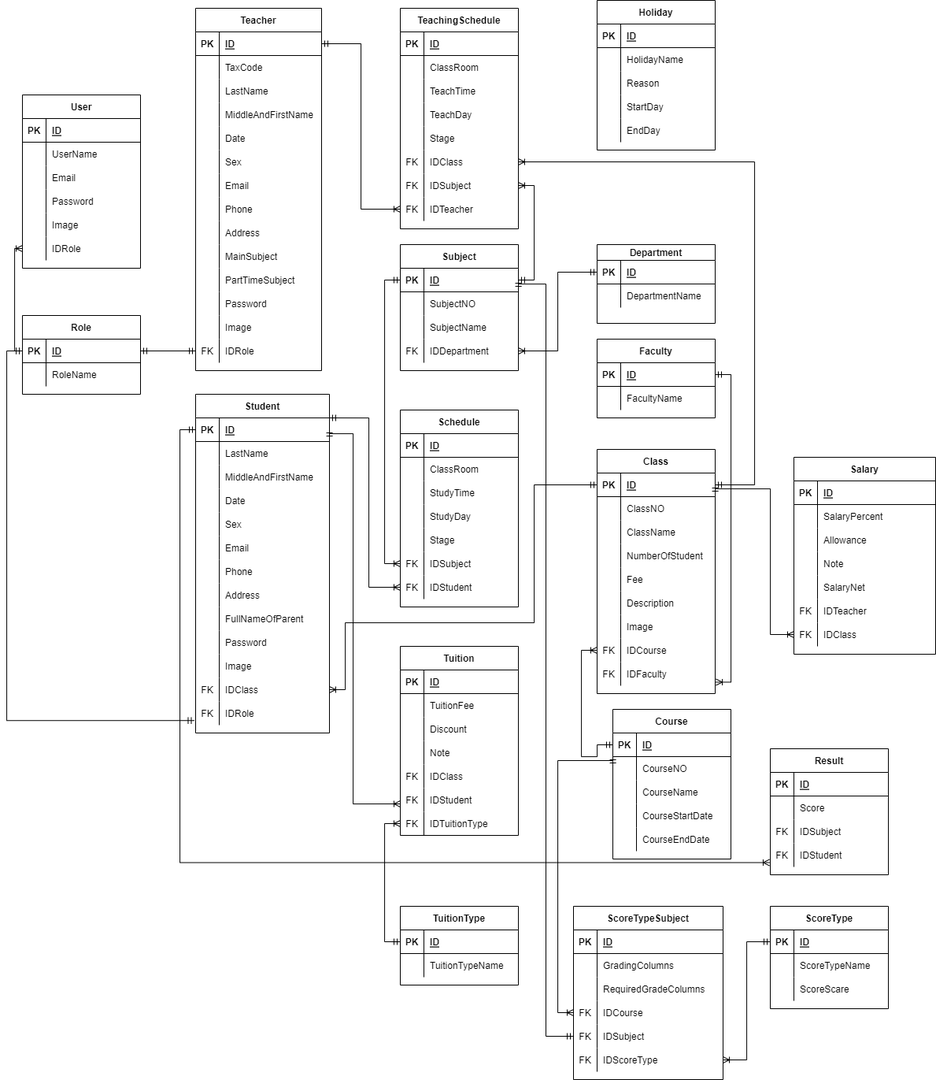
Earlier version of the draw.io export CourseSignupSystem.drawio.png (taogiakhanh147/TaoGiaKhanh_CourseSignupSystem). Source tidied: cells renumbered, new cells last; positions are measured from the earlier drawing's top-left corner, leaving out a move shared by most shapes.
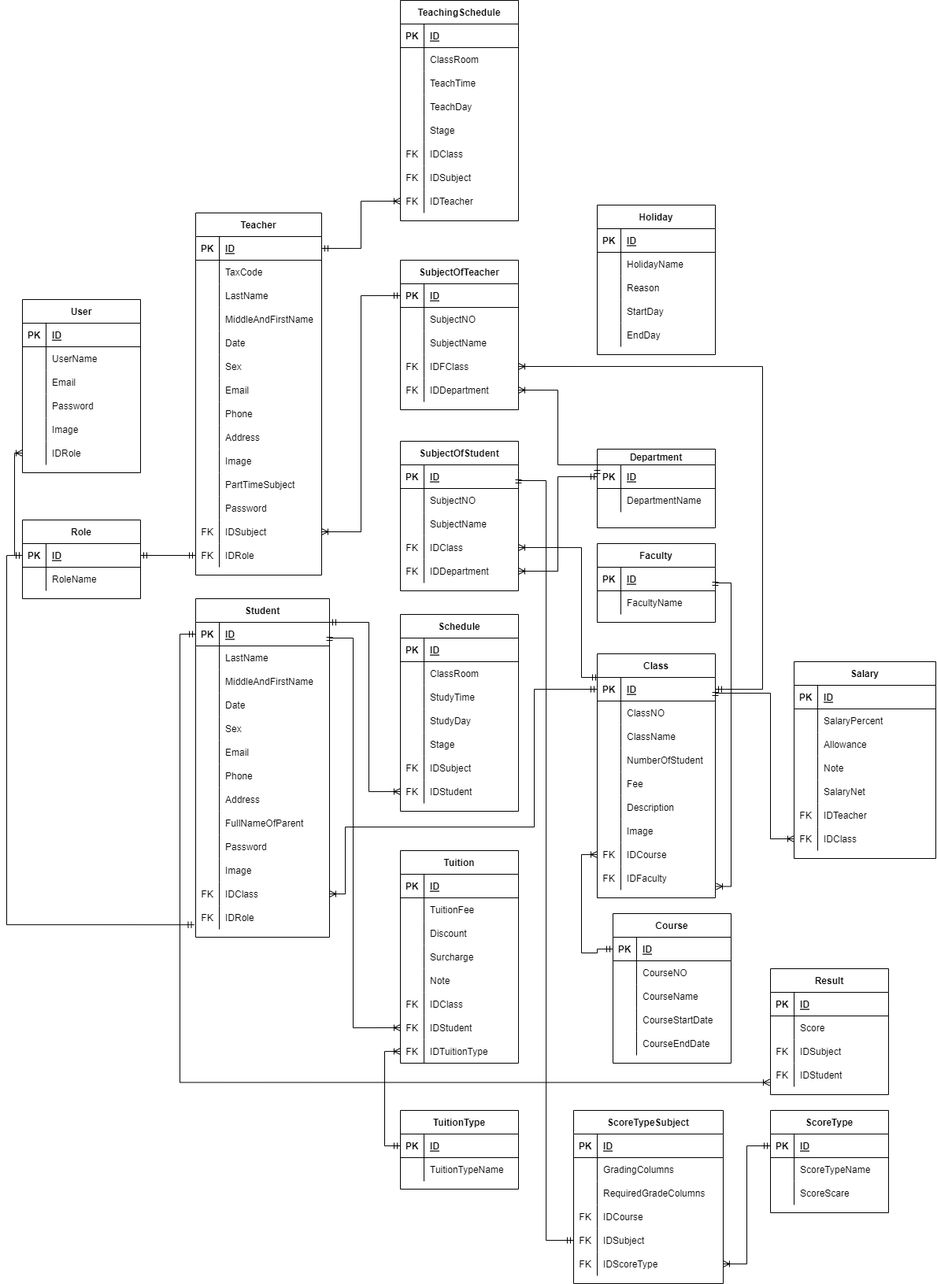
Above is the later version.

Diff of the diagram source:
```diff
@@ -146,3 +146,3 @@
     <mxCell id="49" value="Tuition" style="shape=table;startSize=30;rowLines=0;fontStyle=1;align=center;" parent="1" vertex="1">
-      <mxGeometry x="490" y="820" width="150" height="240" as="geometry" />
+      <mxGeometry x="490" y="820" width="150" height="270" as="geometry" />
     </mxCell>
@@ -175,4 +175,13 @@
     </mxCell>
+    <mxCell id="357" style="shape=partialRectangle;fillColor=none;top=0;left=0;right=0;bottom=0;" parent="49" vertex="1">
+      <mxGeometry y="120" width="150" height="30" as="geometry" />
+    </mxCell>
+    <mxCell id="358" style="shape=partialRectangle;overflow=hidden;fillColor=none;top=0;left=0;bottom=0;right=0;" parent="357" vertex="1">
+      <mxGeometry width="30" height="30" as="geometry" />
+    </mxCell>
+    <mxCell id="359" value="Surcharge" style="shape=partialRectangle;overflow=hidden;fillColor=none;top=0;left=0;bottom=0;right=0;align=left;spacingLeft=6;" parent="357" vertex="1">
+      <mxGeometry x="30" width="120" height="30" as="geometry" />
+    </mxCell>
     <mxCell id="59" style="shape=partialRectangle;fillColor=none;top=0;left=0;right=0;bottom=0;" parent="49" vertex="1">
-      <mxGeometry y="120" width="150" height="30" as="geometry" />
+      <mxGeometry y="150" width="150" height="30" as="geometry" />
     </mxCell>
@@ -185,3 +194,3 @@
     <mxCell id="62" style="shape=partialRectangle;fillColor=none;top=0;left=0;right=0;bottom=0;" parent="49" vertex="1">
-      <mxGeometry y="150" width="150" height="30" as="geometry" />
+      <mxGeometry y="180" width="150" height="30" as="geometry" />
     </mxCell>
@@ -194,3 +203,3 @@
     <mxCell id="65" style="shape=partialRectangle;fillColor=none;points=[[0,0.5],[1,0.5]];portConstraint=eastwest;top=0;left=0;right=0;bottom=0;" parent="49" vertex="1">
-      <mxGeometry y="180" width="150" height="30" as="geometry" />
+      <mxGeometry y="210" width="150" height="30" as="geometry" />
     </mxCell>
@@ -203,3 +212,3 @@
     <mxCell id="68" style="shape=partialRectangle;fillColor=none;points=[[0,0.5],[1,0.5]];portConstraint=eastwest;top=0;left=0;right=0;bottom=0;" parent="49" vertex="1">
-      <mxGeometry y="210" width="150" height="30" as="geometry" />
+      <mxGeometry y="240" width="150" height="30" as="geometry" />
     </mxCell>
@@ -211,5 +220,4 @@
     </mxCell>
-    <mxCell id="71" style="edgeStyle=orthogonalEdgeStyle;rounded=0;jettySize=auto;html=1;exitX=1;exitY=0.5;exitDx=0;exitDy=0;startArrow=ERmandOne;startFill=0;endArrow=ERoneToMany;endFill=0;" parent="1" edge="1" source="10">
+    <mxCell id="71" style="edgeStyle=orthogonalEdgeStyle;rounded=0;jettySize=auto;html=1;exitX=1;exitY=0.5;exitDx=0;exitDy=0;startArrow=ERmandOne;startFill=0;endArrow=ERoneToMany;endFill=0;entryX=0;entryY=0.5;entryDx=0;entryDy=0;" parent="1" edge="1" source="10" target="65">
       <mxGeometry relative="1" as="geometry">
-        <mxPoint x="490" y="1020" as="targetPoint" />
         <Array as="points">
@@ -217,3 +225,3 @@
           <mxPoint x="430" y="550" />
-          <mxPoint x="430" y="1020" />
+          <mxPoint x="430" y="1045" />
         </Array>
@@ -311,3 +319,3 @@
     </mxCell>
-    <mxCell id="102" value="MainSubject" style="shape=partialRectangle;overflow=hidden;fillColor=none;top=0;left=0;bottom=0;right=0;align=left;spacingLeft=6;" parent="100" vertex="1">
+    <mxCell id="102" value="Image" style="shape=partialRectangle;overflow=hidden;fillColor=none;top=0;left=0;bottom=0;right=0;align=left;spacingLeft=6;" parent="100" vertex="1">
       <mxGeometry x="30" width="130" height="30" as="geometry" />
@@ -335,6 +343,6 @@
     </mxCell>
-    <mxCell id="110" style="shape=partialRectangle;overflow=hidden;fillColor=none;top=0;left=0;bottom=0;right=0;" parent="109" vertex="1">
+    <mxCell id="110" value="FK" style="shape=partialRectangle;overflow=hidden;fillColor=none;top=0;left=0;bottom=0;right=0;" parent="109" vertex="1">
       <mxGeometry width="30" height="30" as="geometry" />
     </mxCell>
-    <mxCell id="111" value="Image" style="shape=partialRectangle;overflow=hidden;fillColor=none;top=0;left=0;bottom=0;right=0;align=left;spacingLeft=6;" parent="109" vertex="1">
+    <mxCell id="111" value="IDSubject" style="shape=partialRectangle;overflow=hidden;fillColor=none;top=0;left=0;bottom=0;right=0;align=left;spacingLeft=6;" parent="109" vertex="1">
       <mxGeometry x="30" width="130" height="30" as="geometry" />
@@ -351,3 +359,3 @@
     <mxCell id="115" value="TeachingSchedule" style="shape=table;startSize=30;rowLines=0;fontStyle=1;align=center;" parent="1" vertex="1">
-      <mxGeometry x="490" y="10" width="150" height="280" as="geometry" />
+      <mxGeometry x="490" y="-260" width="150" height="280" as="geometry" />
     </mxCell>
@@ -579,4 +587,4 @@
     </mxCell>
-    <mxCell id="189" value="Subject" style="shape=table;startSize=30;rowLines=0;fontStyle=1;align=center;" parent="1" vertex="1">
-      <mxGeometry x="490" y="310" width="150" height="160" as="geometry" />
+    <mxCell id="189" value="SubjectOfStudent" style="shape=table;startSize=30;rowLines=0;fontStyle=1;align=center;" parent="1" vertex="1">
+      <mxGeometry x="490" y="300" width="150" height="190" as="geometry" />
     </mxCell>
@@ -600,9 +608,18 @@
     </mxCell>
+    <mxCell id="360" style="shape=partialRectangle;fillColor=none;top=0;left=0;right=0;bottom=0;" parent="189" vertex="1">
+      <mxGeometry y="90" width="150" height="30" as="geometry" />
+    </mxCell>
+    <mxCell id="361" style="shape=partialRectangle;overflow=hidden;fillColor=none;top=0;left=0;bottom=0;right=0;" parent="360" vertex="1">
+      <mxGeometry width="30" height="30" as="geometry" />
+    </mxCell>
+    <mxCell id="362" value="SubjectName" style="shape=partialRectangle;overflow=hidden;fillColor=none;top=0;left=0;bottom=0;right=0;align=left;spacingLeft=6;" parent="360" vertex="1">
+      <mxGeometry x="30" width="120" height="30" as="geometry" />
+    </mxCell>
     <mxCell id="196" style="shape=partialRectangle;fillColor=none;points=[[0,0.5],[1,0.5]];portConstraint=eastwest;top=0;left=0;right=0;bottom=0;" parent="189" vertex="1">
-      <mxGeometry y="90" width="150" height="30" as="geometry" />
+      <mxGeometry y="120" width="150" height="30" as="geometry" />
     </mxCell>
-    <mxCell id="197" style="shape=partialRectangle;overflow=hidden;fillColor=none;top=0;left=0;bottom=0;right=0;" parent="196" vertex="1">
+    <mxCell id="197" value="FK" style="shape=partialRectangle;overflow=hidden;fillColor=none;top=0;left=0;bottom=0;right=0;" parent="196" vertex="1">
       <mxGeometry width="30" height="30" as="geometry" />
     </mxCell>
-    <mxCell id="198" value="SubjectName" style="shape=partialRectangle;overflow=hidden;fillColor=none;top=0;left=0;bottom=0;right=0;align=left;spacingLeft=6;" parent="196" vertex="1">
+    <mxCell id="198" value="IDClass" style="shape=partialRectangle;overflow=hidden;fillColor=none;top=0;left=0;bottom=0;right=0;align=left;spacingLeft=6;" parent="196" vertex="1">
       <mxGeometry x="30" width="120" height="30" as="geometry" />
@@ -610,3 +627,3 @@
     <mxCell id="199" style="shape=partialRectangle;fillColor=none;points=[[0,0.5],[1,0.5]];portConstraint=eastwest;top=0;left=0;right=0;bottom=0;" parent="189" vertex="1">
-      <mxGeometry y="120" width="150" height="30" as="geometry" />
+      <mxGeometry y="150" width="150" height="30" as="geometry" />
     </mxCell>
@@ -642,8 +659,2 @@
     </mxCell>
-    <mxCell id="210" style="edgeStyle=orthogonalEdgeStyle;rounded=0;jettySize=auto;html=1;exitX=0;exitY=0.5;exitDx=0;exitDy=0;entryX=0;entryY=0.5;entryDx=0;entryDy=0;startArrow=ERmandOne;startFill=0;endArrow=ERoneToMany;endFill=0;" parent="1" edge="1" source="190" target="157">
-      <mxGeometry relative="1" as="geometry" />
-    </mxCell>
-    <mxCell id="211" style="edgeStyle=orthogonalEdgeStyle;rounded=0;jettySize=auto;html=1;exitX=1;exitY=0.5;exitDx=0;exitDy=0;entryX=1;entryY=0.5;entryDx=0;entryDy=0;startArrow=ERmandOne;startFill=0;endArrow=ERoneToMany;endFill=0;" parent="1" edge="1" source="190" target="134">
-      <mxGeometry relative="1" as="geometry" />
-    </mxCell>
     <mxCell id="212" value="Class" style="shape=table;startSize=30;rowLines=0;fontStyle=1;align=center;" parent="1" vertex="1">
@@ -735,4 +746,5 @@
         <Array as="points">
-          <mxPoint x="740" y="960" />
-          <mxPoint x="720" y="960" />
+          <mxPoint x="740" y="945" />
+          <mxPoint x="740" y="950" />
+          <mxPoint x="720" y="950" />
           <mxPoint x="720" y="825" />
@@ -742,6 +754,12 @@
     <mxCell id="241" style="edgeStyle=orthogonalEdgeStyle;rounded=0;jettySize=auto;html=1;exitX=1;exitY=0.5;exitDx=0;exitDy=0;entryX=1.007;entryY=0.849;entryDx=0;entryDy=0;entryPerimeter=0;startArrow=ERmandOne;startFill=0;endArrow=ERoneToMany;endFill=0;" parent="1" edge="1" source="203" target="237">
-      <mxGeometry relative="1" as="geometry" />
+      <mxGeometry relative="1" as="geometry">
+        <Array as="points">
+          <mxPoint x="890" y="480" />
+          <mxPoint x="910" y="480" />
+          <mxPoint x="910" y="865" />
+        </Array>
+      </mxGeometry>
     </mxCell>
     <mxCell id="242" value="Result" style="shape=table;startSize=30;rowLines=0;fontStyle=1;align=center;" parent="1" vertex="1">
-      <mxGeometry x="960" y="950" width="150" height="160" as="geometry" />
+      <mxGeometry x="960" y="970" width="150" height="160" as="geometry" />
     </mxCell>
@@ -900,4 +918,4 @@
         <Array as="points">
-          <mxPoint x="640" y="360" />
-          <mxPoint x="675" y="360" />
+          <mxPoint x="640" y="350" />
+          <mxPoint x="675" y="350" />
           <mxPoint x="675" y="1315" />
@@ -906,11 +924,2 @@
     </mxCell>
-    <mxCell id="294" style="edgeStyle=orthogonalEdgeStyle;rounded=0;jettySize=auto;html=1;entryX=0;entryY=0.5;entryDx=0;entryDy=0;startArrow=ERmandOne;startFill=0;endArrow=ERoneToMany;endFill=0;" parent="1" edge="1" target="265">
-      <mxGeometry relative="1" as="geometry">
-        <mxPoint x="760" y="960" as="sourcePoint" />
-        <Array as="points">
-          <mxPoint x="690" y="965" />
-          <mxPoint x="690" y="1285" />
-        </Array>
-      </mxGeometry>
-    </mxCell>
     <mxCell id="295" style="edgeStyle=orthogonalEdgeStyle;rounded=0;jettySize=auto;html=1;exitX=0;exitY=0.5;exitDx=0;exitDy=0;entryX=1;entryY=0.5;entryDx=0;entryDy=0;startArrow=ERmandOne;startFill=0;endArrow=ERoneToMany;endFill=0;" parent="1" edge="1" source="284" target="271">
@@ -1116,10 +1125,80 @@
     </mxCell>
-    <mxCell id="356" style="edgeStyle=orthogonalEdgeStyle;rounded=0;jettySize=auto;html=1;exitX=1;exitY=0.5;exitDx=0;exitDy=0;entryX=1;entryY=0.5;entryDx=0;entryDy=0;startArrow=ERmandOne;startFill=0;endArrow=ERoneToMany;endFill=0;" parent="1" edge="1" source="213" target="131">
-      <mxGeometry relative="1" as="geometry">
-        <Array as="points">
-          <mxPoint x="940" y="615" />
-          <mxPoint x="940" y="205" />
-        </Array>
-      </mxGeometry>
-    </mxCell>
+    <mxCell id="363" style="edgeStyle=orthogonalEdgeStyle;rounded=0;jettySize=auto;html=1;entryX=1;entryY=0.5;entryDx=0;entryDy=0;startArrow=ERmandOne;startFill=0;endArrow=ERoneToMany;endFill=0;" parent="1" edge="1" target="196">
+      <mxGeometry relative="1" as="geometry">
+        <mxPoint x="730" y="600" as="sourcePoint" />
+        <Array as="points">
+          <mxPoint x="740" y="600" />
+          <mxPoint x="720" y="600" />
+          <mxPoint x="720" y="435" />
+        </Array>
+      </mxGeometry>
+    </mxCell>
+    <mxCell id="364" value="SubjectOfTeacher" style="shape=table;startSize=30;rowLines=0;fontStyle=1;align=center;" parent="1" vertex="1">
+      <mxGeometry x="490" y="70" width="150" height="190" as="geometry" />
+    </mxCell>
+    <mxCell id="365" style="shape=partialRectangle;fillColor=none;points=[[0,0.5],[1,0.5]];portConstraint=eastwest;top=0;left=0;right=0;bottom=1;" parent="364" vertex="1">
+      <mxGeometry y="30" width="150" height="30" as="geometry" />
+    </mxCell>
+    <mxCell id="366" value="PK" style="shape=partialRectangle;overflow=hidden;fillColor=none;top=0;left=0;bottom=0;right=0;fontStyle=1;" parent="365" vertex="1">
+      <mxGeometry width="30" height="30" as="geometry" />
+    </mxCell>
+    <mxCell id="367" value="ID" style="shape=partialRectangle;overflow=hidden;fillColor=none;top=0;left=0;bottom=0;right=0;align=left;spacingLeft=6;fontStyle=5;" parent="365" vertex="1">
+      <mxGeometry x="30" width="120" height="30" as="geometry" />
+    </mxCell>
+    <mxCell id="368" style="shape=partialRectangle;fillColor=none;top=0;left=0;right=0;bottom=0;" parent="364" vertex="1">
+      <mxGeometry y="60" width="150" height="30" as="geometry" />
+    </mxCell>
+    <mxCell id="369" style="shape=partialRectangle;overflow=hidden;fillColor=none;top=0;left=0;bottom=0;right=0;" parent="368" vertex="1">
+      <mxGeometry width="30" height="30" as="geometry" />
+    </mxCell>
+    <mxCell id="370" value="SubjectNO" style="shape=partialRectangle;overflow=hidden;fillColor=none;top=0;left=0;bottom=0;right=0;align=left;spacingLeft=6;" parent="368" vertex="1">
+      <mxGeometry x="30" width="120" height="30" as="geometry" />
+    </mxCell>
+    <mxCell id="371" style="shape=partialRectangle;fillColor=none;top=0;left=0;right=0;bottom=0;" parent="364" vertex="1">
+      <mxGeometry y="90" width="150" height="30" as="geometry" />
+    </mxCell>
+    <mxCell id="372" style="shape=partialRectangle;overflow=hidden;fillColor=none;top=0;left=0;bottom=0;right=0;" parent="371" vertex="1">
+      <mxGeometry width="30" height="30" as="geometry" />
+    </mxCell>
+    <mxCell id="373" value="SubjectName" style="shape=partialRectangle;overflow=hidden;fillColor=none;top=0;left=0;bottom=0;right=0;align=left;spacingLeft=6;" parent="371" vertex="1">
+      <mxGeometry x="30" width="120" height="30" as="geometry" />
+    </mxCell>
+    <mxCell id="374" style="shape=partialRectangle;fillColor=none;points=[[0,0.5],[1,0.5]];portConstraint=eastwest;top=0;left=0;right=0;bottom=0;" parent="364" vertex="1">
+      <mxGeometry y="120" width="150" height="30" as="geometry" />
+    </mxCell>
+    <mxCell id="375" value="FK" style="shape=partialRectangle;overflow=hidden;fillColor=none;top=0;left=0;bottom=0;right=0;" parent="374" vertex="1">
+      <mxGeometry width="30" height="30" as="geometry" />
+    </mxCell>
+    <mxCell id="376" value="IDFClass" style="shape=partialRectangle;overflow=hidden;fillColor=none;top=0;left=0;bottom=0;right=0;align=left;spacingLeft=6;" parent="374" vertex="1">
+      <mxGeometry x="30" width="120" height="30" as="geometry" />
+    </mxCell>
+    <mxCell id="377" style="shape=partialRectangle;fillColor=none;points=[[0,0.5],[1,0.5]];portConstraint=eastwest;top=0;left=0;right=0;bottom=0;" parent="364" vertex="1">
+      <mxGeometry y="150" width="150" height="30" as="geometry" />
+    </mxCell>
+    <mxCell id="378" value="FK" style="shape=partialRectangle;overflow=hidden;fillColor=none;top=0;left=0;bottom=0;right=0;" parent="377" vertex="1">
+      <mxGeometry width="30" height="30" as="geometry" />
+    </mxCell>
+    <mxCell id="379" value="IDDepartment" style="shape=partialRectangle;overflow=hidden;fillColor=none;top=0;left=0;bottom=0;right=0;align=left;spacingLeft=6;" parent="377" vertex="1">
+      <mxGeometry x="30" width="120" height="30" as="geometry" />
+    </mxCell>
+    <mxCell id="380" style="edgeStyle=orthogonalEdgeStyle;rounded=0;jettySize=auto;html=1;exitX=0;exitY=0.5;exitDx=0;exitDy=0;entryX=1;entryY=0.5;entryDx=0;entryDy=0;startArrow=ERmandOne;startFill=0;endArrow=ERoneToMany;endFill=0;" parent="1" edge="1" source="365" target="109">
+      <mxGeometry relative="1" as="geometry" />
+    </mxCell>
+    <mxCell id="381" style="edgeStyle=orthogonalEdgeStyle;rounded=0;jettySize=auto;html=1;exitX=0;exitY=0.5;exitDx=0;exitDy=0;entryX=1;entryY=0.5;entryDx=0;entryDy=0;startArrow=ERmandOne;startFill=0;endArrow=ERoneToMany;endFill=0;" parent="1" edge="1" source="183" target="377">
+      <mxGeometry relative="1" as="geometry">
+        <Array as="points">
+          <mxPoint x="740" y="330" />
+          <mxPoint x="690" y="330" />
+          <mxPoint x="690" y="235" />
+        </Array>
+      </mxGeometry>
+    </mxCell>
+    <mxCell id="382" style="edgeStyle=orthogonalEdgeStyle;rounded=0;jettySize=auto;html=1;exitX=1;exitY=0.5;exitDx=0;exitDy=0;entryX=1;entryY=0.5;entryDx=0;entryDy=0;startArrow=ERmandOne;startFill=0;endArrow=ERoneToMany;endFill=0;" parent="1" edge="1" source="213" target="374">
+      <mxGeometry relative="1" as="geometry">
+        <Array as="points">
+          <mxPoint x="950" y="615" />
+          <mxPoint x="950" y="205" />
+        </Array>
+      </mxGeometry>
+    </mxCell>
   </root>
```
